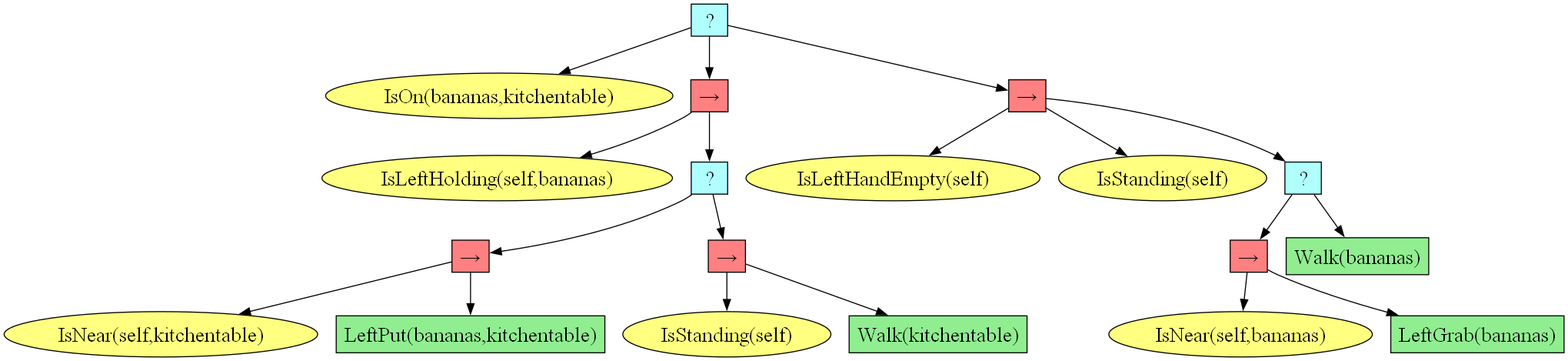
Before: test_exp/behavior_tree.png, a diagram exported from Graphviz (DIDS-EI/BTPG). Its source is kept beside it as test_exp/behavior_tree.dot.
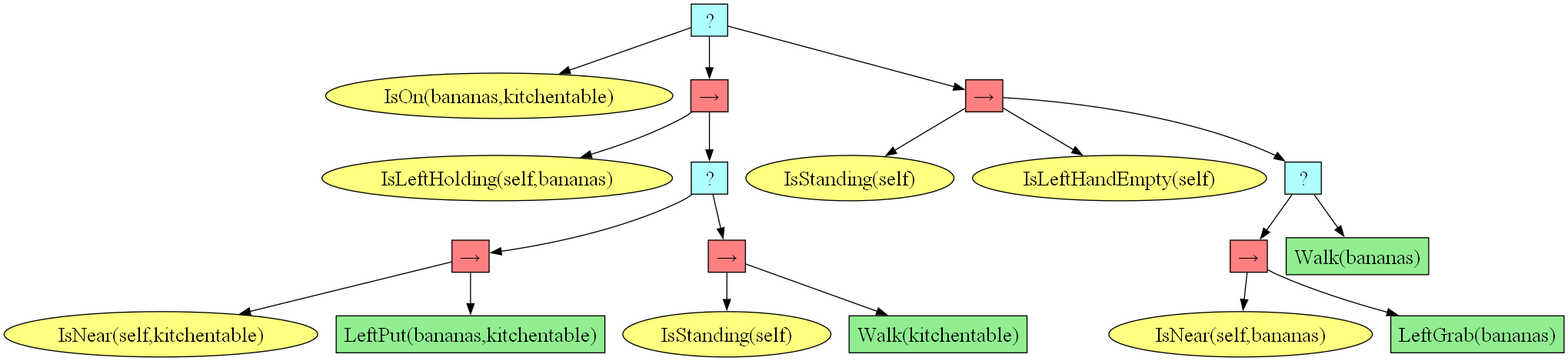
Above is the later version.

Diff of the diagram source:
```diff
@@ -3,41 +3,41 @@
 graph [fontname="times-roman"];
 node [fontname="times-roman"];
 edge [fontname="times-roman"];
-"9726e05d-5f2e-4329-9b06-cbf2c1a5c4d9" [fillcolor="#B0FFFF", fontcolor=black, fontsize=20, height=0.01, label=" ? ", shape=box, style=filled, width=0.01];
-"fba5e95b-c45f-4d5e-8187-5673849aac73" [fillcolor="#FFFF80", fontcolor=black, fontsize=20, label="IsOn(bananas,kitchentable)", shape=ellipse, style=filled];
-"9726e05d-5f2e-4329-9b06-cbf2c1a5c4d9" -> "fba5e95b-c45f-4d5e-8187-5673849aac73";
-"3b19958e-0212-4315-b407-ae72c67581b0" [fillcolor="#FF8080", fontcolor=black, fontsize=20, height=0.01, label="&rarr;", shape=box, style=filled, width=0.01];
-"9726e05d-5f2e-4329-9b06-cbf2c1a5c4d9" -> "3b19958e-0212-4315-b407-ae72c67581b0";
-"54ca1fad-7852-4351-9ece-2fd6727cac2e" [fillcolor="#FFFF80", fontcolor=black, fontsize=20, label="IsLeftHolding(self,bananas)", shape=ellipse, style=filled];
-"3b19958e-0212-4315-b407-ae72c67581b0" -> "54ca1fad-7852-4351-9ece-2fd6727cac2e";
-"153a4260-37f1-4c4b-837e-fdb63b5b8a30" [fillcolor="#B0FFFF", fontcolor=black, fontsize=20, height=0.01, label=" ? ", shape=box, style=filled, width=0.01];
-"3b19958e-0212-4315-b407-ae72c67581b0" -> "153a4260-37f1-4c4b-837e-fdb63b5b8a30";
-"0c6ca9f7-2f4e-4184-9ff2-93fc9e5dc652" [fillcolor="#FF8080", fontcolor=black, fontsize=20, height=0.01, label="&rarr;", shape=box, style=filled, width=0.01];
-"153a4260-37f1-4c4b-837e-fdb63b5b8a30" -> "0c6ca9f7-2f4e-4184-9ff2-93fc9e5dc652";
-"00aeec8d-b949-4cf0-83dc-881913cb11f4" [fillcolor="#FFFF80", fontcolor=black, fontsize=20, label="IsNear(self,kitchentable)", shape=ellipse, style=filled];
-"0c6ca9f7-2f4e-4184-9ff2-93fc9e5dc652" -> "00aeec8d-b949-4cf0-83dc-881913cb11f4";
-"6630bf5e-14f0-4802-aae5-957183fd17e4" [fillcolor=lightgreen, fontcolor=black, fontsize=20, label="LeftPut(bananas,kitchentable)", shape=box, style=filled];
-"0c6ca9f7-2f4e-4184-9ff2-93fc9e5dc652" -> "6630bf5e-14f0-4802-aae5-957183fd17e4";
-"91ef9767-fa3c-4324-9adc-6dbd574729c2" [fillcolor="#FF8080", fontcolor=black, fontsize=20, height=0.01, label="&rarr;", shape=box, style=filled, width=0.01];
-"153a4260-37f1-4c4b-837e-fdb63b5b8a30" -> "91ef9767-fa3c-4324-9adc-6dbd574729c2";
-"46880007-e0c9-4b58-a2a9-764115561b7c" [fillcolor="#FFFF80", fontcolor=black, fontsize=20, label="IsStanding(self)", shape=ellipse, style=filled];
-"91ef9767-fa3c-4324-9adc-6dbd574729c2" -> "46880007-e0c9-4b58-a2a9-764115561b7c";
-"185e68b5-5cbc-4c53-8233-07899a71fc20" [fillcolor=lightgreen, fontcolor=black, fontsize=20, label="Walk(kitchentable)", shape=box, style=filled];
-"91ef9767-fa3c-4324-9adc-6dbd574729c2" -> "185e68b5-5cbc-4c53-8233-07899a71fc20";
-"30ab2938-d422-4f88-ab6b-439b24b48078" [fillcolor="#FF8080", fontcolor=black, fontsize=20, height=0.01, label="&rarr;", shape=box, style=filled, width=0.01];
-"9726e05d-5f2e-4329-9b06-cbf2c1a5c4d9" -> "30ab2938-d422-4f88-ab6b-439b24b48078";
-"90ae98be-5763-4a0b-adcd-9848d9272d04" [fillcolor="#FFFF80", fontcolor=black, fontsize=20, label="IsLeftHandEmpty(self)", shape=ellipse, style=filled];
-"30ab2938-d422-4f88-ab6b-439b24b48078" -> "90ae98be-5763-4a0b-adcd-9848d9272d04";
-"8e0349a5-ea0f-469b-8828-54f8ea74ecc5" [fillcolor="#FFFF80", fontcolor=black, fontsize=20, label="IsStanding(self)", shape=ellipse, style=filled];
-"30ab2938-d422-4f88-ab6b-439b24b48078" -> "8e0349a5-ea0f-469b-8828-54f8ea74ecc5";
-"fd87dcb6-5e43-400e-aaa4-0bebd517f3dd" [fillcolor="#B0FFFF", fontcolor=black, fontsize=20, height=0.01, label=" ? ", shape=box, style=filled, width=0.01];
-"30ab2938-d422-4f88-ab6b-439b24b48078" -> "fd87dcb6-5e43-400e-aaa4-0bebd517f3dd";
-"fb9430c1-78cb-4e54-9623-4f03c2ca51ec" [fillcolor="#FF8080", fontcolor=black, fontsize=20, height=0.01, label="&rarr;", shape=box, style=filled, width=0.01];
-"fd87dcb6-5e43-400e-aaa4-0bebd517f3dd" -> "fb9430c1-78cb-4e54-9623-4f03c2ca51ec";
-"9a9f968c-222f-4191-8d5d-709cd252dc4e" [fillcolor="#FFFF80", fontcolor=black, fontsize=20, label="IsNear(self,bananas)", shape=ellipse, style=filled];
-"fb9430c1-78cb-4e54-9623-4f03c2ca51ec" -> "9a9f968c-222f-4191-8d5d-709cd252dc4e";
-"9f8dd882-bf4b-4b8a-a3e4-8180e9c98940" [fillcolor=lightgreen, fontcolor=black, fontsize=20, label="LeftGrab(bananas)", shape=box, style=filled];
-"fb9430c1-78cb-4e54-9623-4f03c2ca51ec" -> "9f8dd882-bf4b-4b8a-a3e4-8180e9c98940";
-"da7c9395-0703-4b87-aab2-61df7e3e3a8d" [fillcolor=lightgreen, fontcolor=black, fontsize=20, label="Walk(bananas)", shape=box, style=filled];
-"fd87dcb6-5e43-400e-aaa4-0bebd517f3dd" -> "da7c9395-0703-4b87-aab2-61df7e3e3a8d";
+"17f6b1cb-9ce0-4c88-b944-c3d4aa0b8c6a" [fillcolor="#B0FFFF", fontcolor=black, fontsize=20, height=0.01, label=" ? ", shape=box, style=filled, width=0.01];
+"9a4672d6-7e30-4b29-b96b-e09d2edd27cf" [fillcolor="#FFFF80", fontcolor=black, fontsize=20, label="IsOn(bananas,kitchentable)", shape=ellipse, style=filled];
+"17f6b1cb-9ce0-4c88-b944-c3d4aa0b8c6a" -> "9a4672d6-7e30-4b29-b96b-e09d2edd27cf";
+"2e26bb5d-25ff-4829-9513-ed32ece9a04f" [fillcolor="#FF8080", fontcolor=black, fontsize=20, height=0.01, label="&rarr;", shape=box, style=filled, width=0.01];
+"17f6b1cb-9ce0-4c88-b944-c3d4aa0b8c6a" -> "2e26bb5d-25ff-4829-9513-ed32ece9a04f";
+"396e7297-1449-4018-aaef-090c8bc4866c" [fillcolor="#FFFF80", fontcolor=black, fontsize=20, label="IsLeftHolding(self,bananas)", shape=ellipse, style=filled];
+"2e26bb5d-25ff-4829-9513-ed32ece9a04f" -> "396e7297-1449-4018-aaef-090c8bc4866c";
+"733d82f2-4a90-41bb-8e37-6eebf06483cd" [fillcolor="#B0FFFF", fontcolor=black, fontsize=20, height=0.01, label=" ? ", shape=box, style=filled, width=0.01];
+"2e26bb5d-25ff-4829-9513-ed32ece9a04f" -> "733d82f2-4a90-41bb-8e37-6eebf06483cd";
+"5b8474b6-ce7a-449a-b0a9-a549ba684aaa" [fillcolor="#FF8080", fontcolor=black, fontsize=20, height=0.01, label="&rarr;", shape=box, style=filled, width=0.01];
+"733d82f2-4a90-41bb-8e37-6eebf06483cd" -> "5b8474b6-ce7a-449a-b0a9-a549ba684aaa";
+"f0e74912-9704-4684-bad9-da3ecb0a725b" [fillcolor="#FFFF80", fontcolor=black, fontsize=20, label="IsNear(self,kitchentable)", shape=ellipse, style=filled];
+"5b8474b6-ce7a-449a-b0a9-a549ba684aaa" -> "f0e74912-9704-4684-bad9-da3ecb0a725b";
+"ba2543bb-944c-4d71-803a-f59ea03c16ac" [fillcolor=lightgreen, fontcolor=black, fontsize=20, label="LeftPut(bananas,kitchentable)", shape=box, style=filled];
+"5b8474b6-ce7a-449a-b0a9-a549ba684aaa" -> "ba2543bb-944c-4d71-803a-f59ea03c16ac";
+"1c08888b-9ee5-48ee-91b2-3b39865b314e" [fillcolor="#FF8080", fontcolor=black, fontsize=20, height=0.01, label="&rarr;", shape=box, style=filled, width=0.01];
+"733d82f2-4a90-41bb-8e37-6eebf06483cd" -> "1c08888b-9ee5-48ee-91b2-3b39865b314e";
+"4ed61cef-fcd6-47d3-bccc-30657e89ec34" [fillcolor="#FFFF80", fontcolor=black, fontsize=20, label="IsStanding(self)", shape=ellipse, style=filled];
+"1c08888b-9ee5-48ee-91b2-3b39865b314e" -> "4ed61cef-fcd6-47d3-bccc-30657e89ec34";
+"d458bc72-4dc5-44c5-9528-fd647ddd9418" [fillcolor=lightgreen, fontcolor=black, fontsize=20, label="Walk(kitchentable)", shape=box, style=filled];
+"1c08888b-9ee5-48ee-91b2-3b39865b314e" -> "d458bc72-4dc5-44c5-9528-fd647ddd9418";
+"588591f2-849d-48d8-a570-77b8f0766111" [fillcolor="#FF8080", fontcolor=black, fontsize=20, height=0.01, label="&rarr;", shape=box, style=filled, width=0.01];
+"17f6b1cb-9ce0-4c88-b944-c3d4aa0b8c6a" -> "588591f2-849d-48d8-a570-77b8f0766111";
+"b5f61705-ca7a-469e-8ba8-9ded2d1c60cb" [fillcolor="#FFFF80", fontcolor=black, fontsize=20, label="IsStanding(self)", shape=ellipse, style=filled];
+"588591f2-849d-48d8-a570-77b8f0766111" -> "b5f61705-ca7a-469e-8ba8-9ded2d1c60cb";
+"41ab6ff5-a68c-45b9-880d-099daf29a950" [fillcolor="#FFFF80", fontcolor=black, fontsize=20, label="IsLeftHandEmpty(self)", shape=ellipse, style=filled];
+"588591f2-849d-48d8-a570-77b8f0766111" -> "41ab6ff5-a68c-45b9-880d-099daf29a950";
+"b8544c78-84f0-4440-8b70-c96666ab8277" [fillcolor="#B0FFFF", fontcolor=black, fontsize=20, height=0.01, label=" ? ", shape=box, style=filled, width=0.01];
+"588591f2-849d-48d8-a570-77b8f0766111" -> "b8544c78-84f0-4440-8b70-c96666ab8277";
+"ad610d46-4ca1-4d50-8b6a-155b140f689d" [fillcolor="#FF8080", fontcolor=black, fontsize=20, height=0.01, label="&rarr;", shape=box, style=filled, width=0.01];
+"b8544c78-84f0-4440-8b70-c96666ab8277" -> "ad610d46-4ca1-4d50-8b6a-155b140f689d";
+"e134c236-3e7e-47c9-9dee-ad15b18f02b5" [fillcolor="#FFFF80", fontcolor=black, fontsize=20, label="IsNear(self,bananas)", shape=ellipse, style=filled];
+"ad610d46-4ca1-4d50-8b6a-155b140f689d" -> "e134c236-3e7e-47c9-9dee-ad15b18f02b5";
+"0c457e81-016f-41b0-be20-db9ac259eeb5" [fillcolor=lightgreen, fontcolor=black, fontsize=20, label="LeftGrab(bananas)", shape=box, style=filled];
+"ad610d46-4ca1-4d50-8b6a-155b140f689d" -> "0c457e81-016f-41b0-be20-db9ac259eeb5";
+"a59419a9-abc4-4790-8ba0-5e9602b6d572" [fillcolor=lightgreen, fontcolor=black, fontsize=20, label="Walk(bananas)", shape=box, style=filled];
+"b8544c78-84f0-4440-8b70-c96666ab8277" -> "a59419a9-abc4-4790-8ba0-5e9602b6d572";
 }
```
